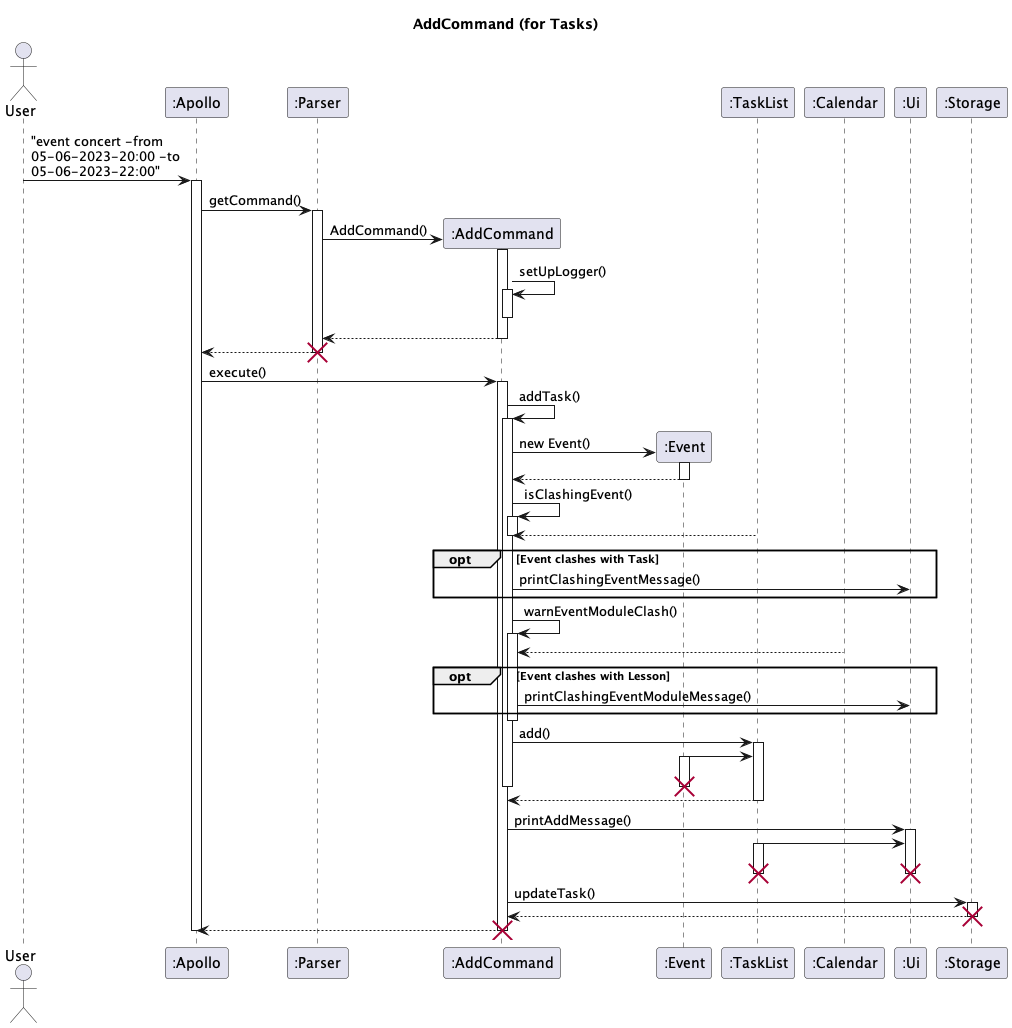
This is docs/uml-diagrams/AddCommand-AddCommand__for_Tasks_.png from nus-cs2113-AY2223S2/tp, a PlantUML export, as it was before one commit.
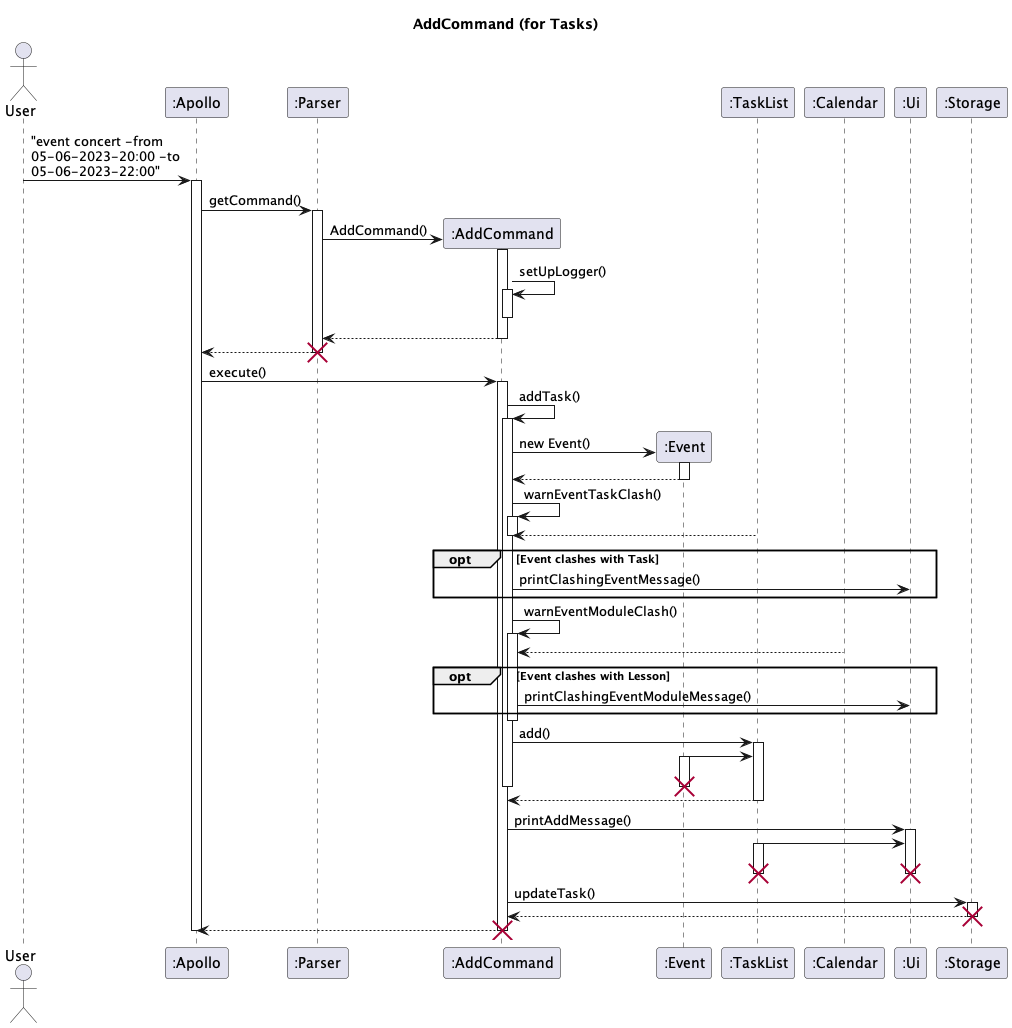
Later version of the same file.

Commit message:
Update AddCommand diagram

Change to the diagram source:
```diff
@@ -32,7 +32,7 @@
 add -> Event** : new Event()
 Event++
 return
-add -> add++ : isClashingEvent()
+add -> add++ : warnEventTaskClash()
 TaskList --> add
 add--
 opt Event clashes with Task
```
